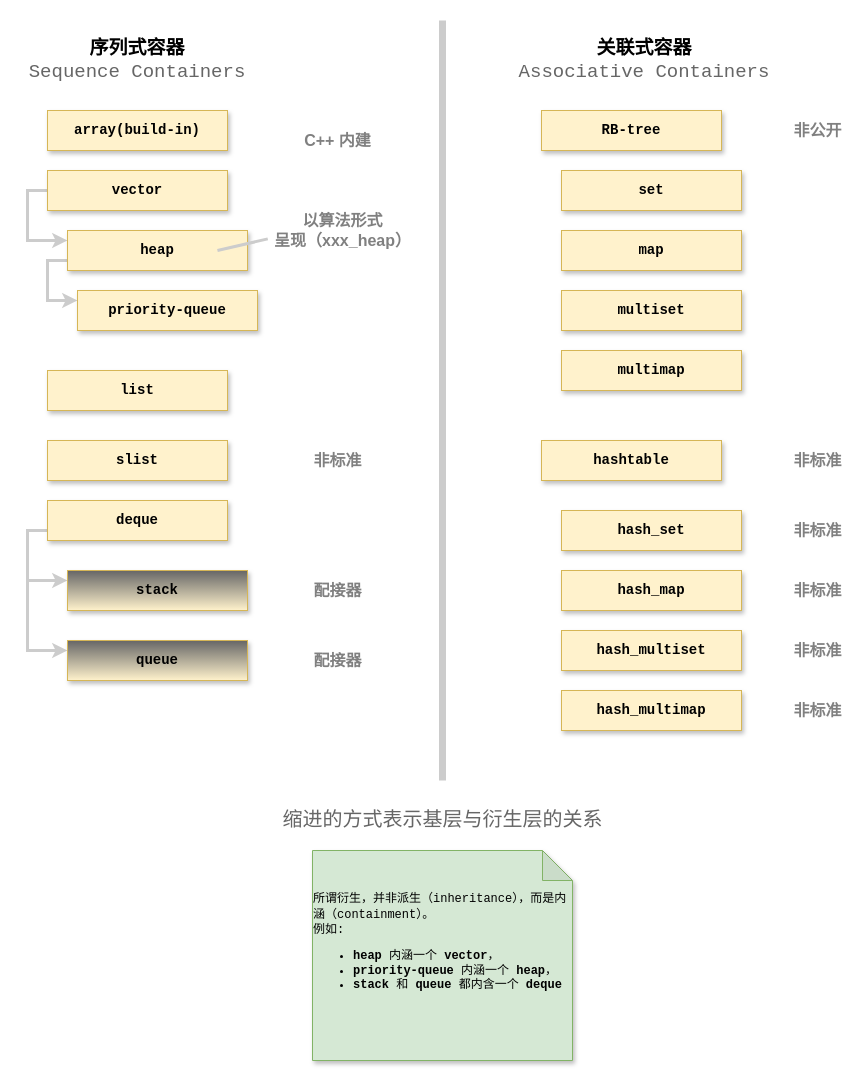
Before: public/img/STL/各种容器概览.drawio in JoyChenNo1/JoyChenNo1.github.io, a draw.io diagram. Source tidied: cells renumbered, new cells numbered last; positions are measured from the earlier drawing's top-left corner, leaving out a move shared by most shapes. Both pictures are drawn from the tidied source at 100%, with x=0, y=0 at pixel (17, 20).
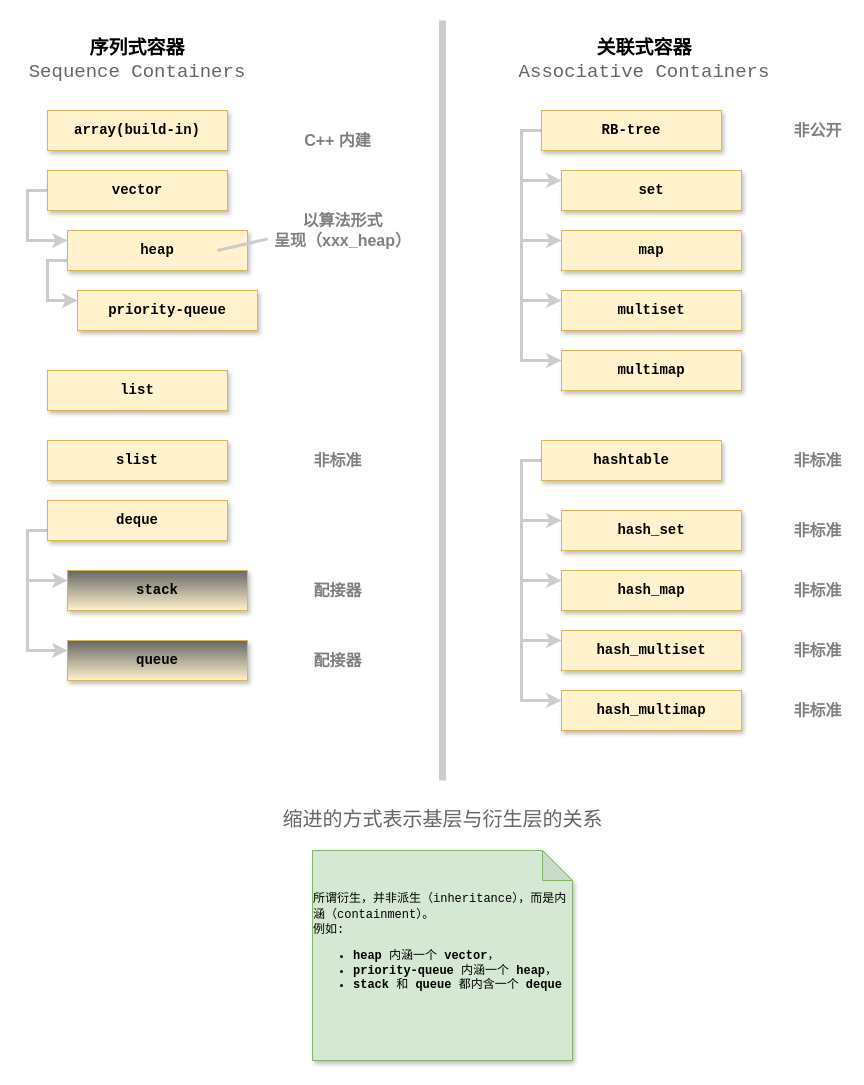
After the change.

The change refers to these unchanged cells:
```xml
<mxCell id="23" value="&lt;b&gt;&lt;font style=&quot;font-size: 14px&quot; face=&quot;Courier New&quot;&gt;RB-tree&lt;/font&gt;&lt;/b&gt;" style="rounded=0;whiteSpace=wrap;html=1;fillColor=#fff2cc;strokeColor=#d6b656;gradientDirection=north;shadow=1;" parent="1" vertex="1">
  <mxGeometry x="524" y="90" width="180" height="40" as="geometry" />
</mxCell>
<mxCell id="24" value="&lt;b&gt;&lt;font style=&quot;font-size: 14px&quot; face=&quot;Courier New&quot;&gt;set&lt;/font&gt;&lt;/b&gt;" style="rounded=0;whiteSpace=wrap;html=1;fillColor=#fff2cc;strokeColor=#d6b656;gradientDirection=north;shadow=1;" parent="1" vertex="1">
  <mxGeometry x="544" y="150" width="180" height="40" as="geometry" />
</mxCell>
<mxCell id="25" value="&lt;b&gt;&lt;font style=&quot;font-size: 14px&quot; face=&quot;Courier New&quot;&gt;map&lt;/font&gt;&lt;/b&gt;" style="rounded=0;whiteSpace=wrap;html=1;fillColor=#fff2cc;strokeColor=#d6b656;gradientDirection=north;shadow=1;" parent="1" vertex="1">
  <mxGeometry x="544" y="210" width="180" height="40" as="geometry" />
</mxCell>
<mxCell id="26" value="&lt;b&gt;&lt;font style=&quot;font-size: 14px&quot; face=&quot;Courier New&quot;&gt;multiset&lt;/font&gt;&lt;/b&gt;" style="rounded=0;whiteSpace=wrap;html=1;fillColor=#fff2cc;strokeColor=#d6b656;gradientDirection=north;shadow=1;" parent="1" vertex="1">
  <mxGeometry x="544" y="270" width="180" height="40" as="geometry" />
</mxCell>
<mxCell id="27" value="&lt;b&gt;&lt;font style=&quot;font-size: 14px&quot; face=&quot;Courier New&quot;&gt;multimap&lt;/font&gt;&lt;/b&gt;" style="rounded=0;whiteSpace=wrap;html=1;fillColor=#fff2cc;strokeColor=#d6b656;gradientDirection=north;shadow=1;" parent="1" vertex="1">
  <mxGeometry x="544" y="330" width="180" height="40" as="geometry" />
</mxCell>
<mxCell id="28" value="&lt;b&gt;&lt;font style=&quot;font-size: 14px&quot; face=&quot;Courier New&quot;&gt;hashtable&lt;/font&gt;&lt;/b&gt;" style="rounded=0;whiteSpace=wrap;html=1;fillColor=#fff2cc;strokeColor=#d6b656;gradientDirection=north;shadow=1;" parent="1" vertex="1">
  <mxGeometry x="524" y="420" width="180" height="40" as="geometry" />
</mxCell>
<mxCell id="29" value="&lt;b&gt;&lt;font style=&quot;font-size: 14px&quot; face=&quot;Courier New&quot;&gt;hash_set&lt;/font&gt;&lt;/b&gt;" style="rounded=0;whiteSpace=wrap;html=1;fillColor=#fff2cc;strokeColor=#d6b656;gradientDirection=north;shadow=1;" parent="1" vertex="1">
  <mxGeometry x="544" y="490" width="180" height="40" as="geometry" />
</mxCell>
<mxCell id="30" value="&lt;b&gt;&lt;font style=&quot;font-size: 14px&quot; face=&quot;Courier New&quot;&gt;hash_map&lt;/font&gt;&lt;/b&gt;" style="rounded=0;whiteSpace=wrap;html=1;fillColor=#fff2cc;strokeColor=#d6b656;gradientDirection=north;shadow=1;" parent="1" vertex="1">
  <mxGeometry x="544" y="550" width="180" height="40" as="geometry" />
</mxCell>
<mxCell id="31" value="&lt;b&gt;&lt;font style=&quot;font-size: 14px&quot; face=&quot;Courier New&quot;&gt;hash_multiset&lt;/font&gt;&lt;/b&gt;" style="rounded=0;whiteSpace=wrap;html=1;fillColor=#fff2cc;strokeColor=#d6b656;gradientDirection=north;shadow=1;" parent="1" vertex="1">
  <mxGeometry x="544" y="610" width="180" height="40" as="geometry" />
</mxCell>
<mxCell id="32" value="&lt;b&gt;&lt;font style=&quot;font-size: 14px&quot; face=&quot;Courier New&quot;&gt;hash_multimap&lt;/font&gt;&lt;/b&gt;" style="rounded=0;whiteSpace=wrap;html=1;fillColor=#fff2cc;strokeColor=#d6b656;gradientDirection=north;shadow=1;" parent="1" vertex="1">
  <mxGeometry x="544" y="670" width="180" height="40" as="geometry" />
</mxCell>
```

Diff of the diagram source:
```diff
@@
+    <mxCell id="42" style="edgeStyle=orthogonalEdgeStyle;rounded=0;jettySize=auto;html=1;exitX=0;exitY=0.5;exitDx=0;exitDy=0;entryX=0;entryY=0.25;entryDx=0;entryDy=0;strokeColor=#CCCCCC;strokeWidth=3;" parent="1" edge="1" source="23" target="24">
+      <mxGeometry relative="1" as="geometry" />
+    </mxCell>
+    <mxCell id="43" style="edgeStyle=orthogonalEdgeStyle;rounded=0;jettySize=auto;html=1;entryX=0;entryY=0.25;entryDx=0;entryDy=0;strokeColor=#CCCCCC;strokeWidth=3;exitX=0;exitY=0.5;exitDx=0;exitDy=0;" parent="1" edge="1" source="23" target="25">
+      <mxGeometry relative="1" as="geometry" />
+    </mxCell>
+    <mxCell id="44" style="edgeStyle=orthogonalEdgeStyle;rounded=0;jettySize=auto;html=1;entryX=0;entryY=0.25;entryDx=0;entryDy=0;strokeColor=#CCCCCC;strokeWidth=3;exitX=0;exitY=0.5;exitDx=0;exitDy=0;" parent="1" edge="1" source="23" target="26">
+      <mxGeometry relative="1" as="geometry" />
+    </mxCell>
+    <mxCell id="45" style="edgeStyle=orthogonalEdgeStyle;rounded=0;jettySize=auto;html=1;exitX=0;exitY=0.5;exitDx=0;exitDy=0;entryX=0;entryY=0.25;entryDx=0;entryDy=0;strokeColor=#CCCCCC;strokeWidth=3;" parent="1" edge="1" source="23" target="27">
+      <mxGeometry relative="1" as="geometry" />
+    </mxCell>
@@
+    <mxCell id="46" style="edgeStyle=orthogonalEdgeStyle;rounded=0;jettySize=auto;html=1;entryX=0;entryY=0.25;entryDx=0;entryDy=0;strokeColor=#CCCCCC;strokeWidth=3;exitX=0;exitY=0.5;exitDx=0;exitDy=0;" parent="1" edge="1" source="28" target="29">
+      <mxGeometry relative="1" as="geometry" />
+    </mxCell>
+    <mxCell id="47" style="edgeStyle=orthogonalEdgeStyle;rounded=0;jettySize=auto;html=1;entryX=0;entryY=0.25;entryDx=0;entryDy=0;strokeColor=#CCCCCC;strokeWidth=3;exitX=0;exitY=0.5;exitDx=0;exitDy=0;" parent="1" edge="1" source="28" target="30">
+      <mxGeometry relative="1" as="geometry" />
+    </mxCell>
+    <mxCell id="48" style="edgeStyle=orthogonalEdgeStyle;rounded=0;jettySize=auto;html=1;entryX=0;entryY=0.25;entryDx=0;entryDy=0;strokeColor=#CCCCCC;strokeWidth=3;exitX=0;exitY=0.5;exitDx=0;exitDy=0;" parent="1" edge="1" source="28" target="31">
+      <mxGeometry relative="1" as="geometry" />
+    </mxCell>
+    <mxCell id="49" style="edgeStyle=orthogonalEdgeStyle;rounded=0;jettySize=auto;html=1;entryX=0;entryY=0.25;entryDx=0;entryDy=0;strokeColor=#CCCCCC;strokeWidth=3;exitX=0;exitY=0.5;exitDx=0;exitDy=0;" parent="1" edge="1" source="28" target="32">
+      <mxGeometry relative="1" as="geometry" />
+    </mxCell>
```
